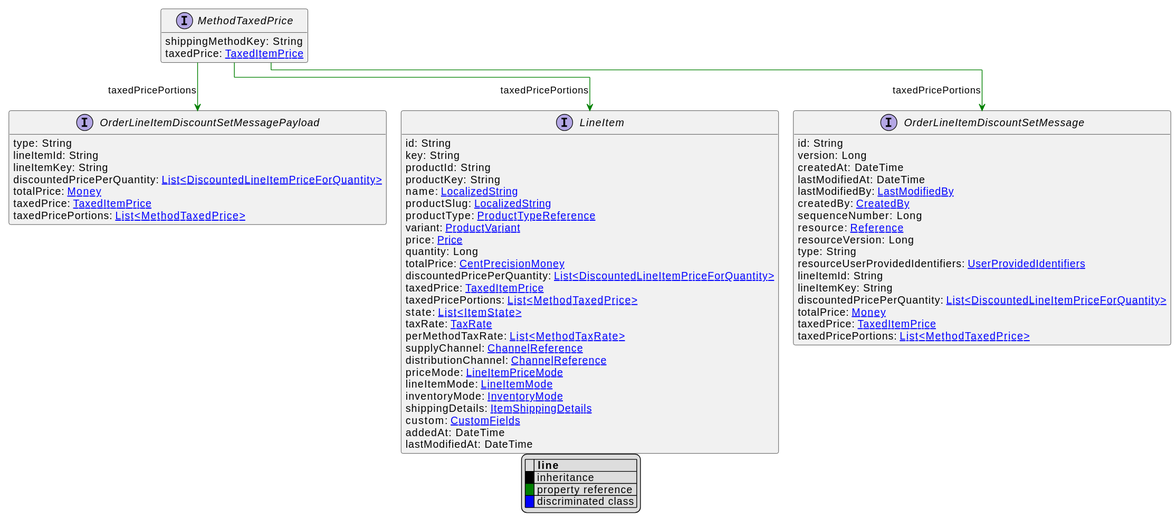
The PlantUML diagram uml/api/svg/MethodTaxedPrice.svg in commercetools/commercetools-api-reference, before a commit.
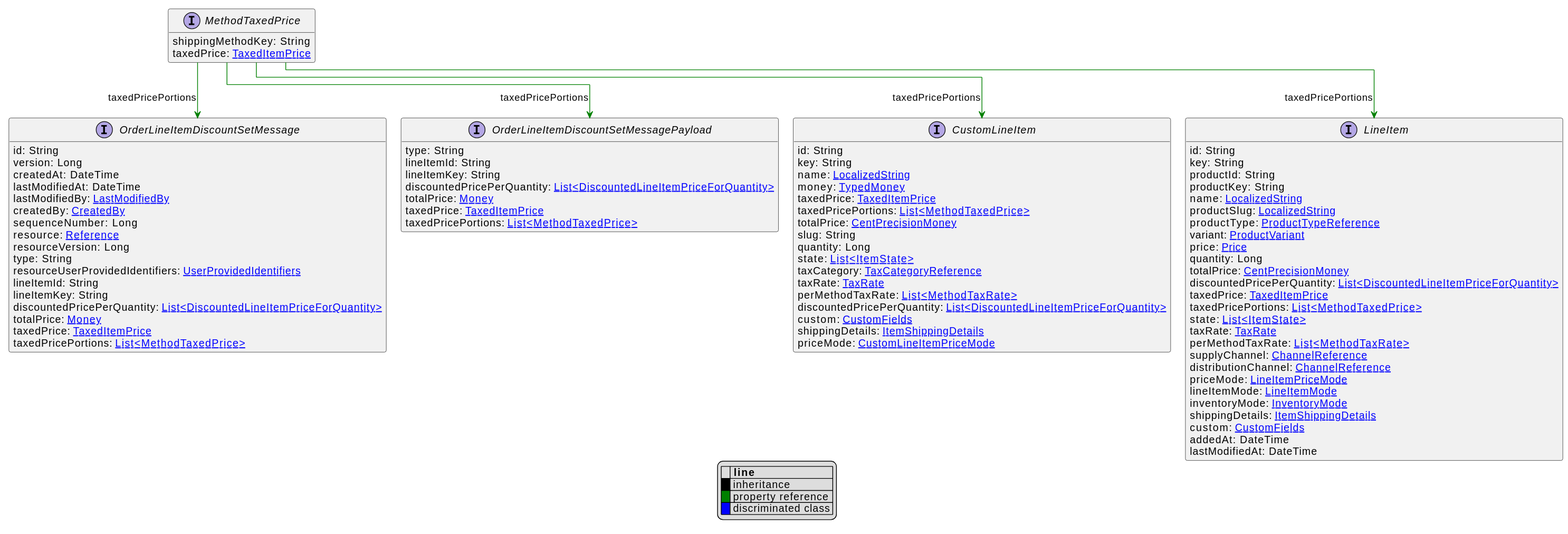
After the commit.

Change to the diagram source:
```diff
@@ -15,6 +15,25 @@
 
 
 
+interface CustomLineItem [[CustomLineItem.svg]]  {
+    id: String
+    key: String
+    name: [[LocalizedString.svg LocalizedString]]
+    money: [[TypedMoney.svg TypedMoney]]
+    taxedPrice: [[TaxedItemPrice.svg TaxedItemPrice]]
+    taxedPricePortions: [[MethodTaxedPrice.svg List<MethodTaxedPrice>]]
+    totalPrice: [[CentPrecisionMoney.svg CentPrecisionMoney]]
+    slug: String
+    quantity: Long
+    state: [[ItemState.svg List<ItemState>]]
+    taxCategory: [[TaxCategoryReference.svg TaxCategoryReference]]
+    taxRate: [[TaxRate.svg TaxRate]]
+    perMethodTaxRate: [[MethodTaxRate.svg List<MethodTaxRate>]]
+    discountedPricePerQuantity: [[DiscountedLineItemPriceForQuantity.svg List<DiscountedLineItemPriceForQuantity>]]
+    custom: [[CustomFields.svg CustomFields]]
+    shippingDetails: [[ItemShippingDetails.svg ItemShippingDetails]]
+    priceMode: [[CustomLineItemPriceMode.svg CustomLineItemPriceMode]]
+}
 interface LineItem [[LineItem.svg]]  {
     id: String
     key: String
@@ -72,6 +91,7 @@
     taxedPricePortions: [[MethodTaxedPrice.svg List<MethodTaxedPrice>]]
 }
 
+MethodTaxedPrice --> CustomLineItem #green;text:green : "taxedPricePortions"
 MethodTaxedPrice --> LineItem #green;text:green : "taxedPricePortions"
 MethodTaxedPrice --> OrderLineItemDiscountSetMessage #green;text:green : "taxedPricePortions"
 MethodTaxedPrice --> OrderLineItemDiscountSetMessagePayload #green;text:green : "taxedPricePortions"
```
